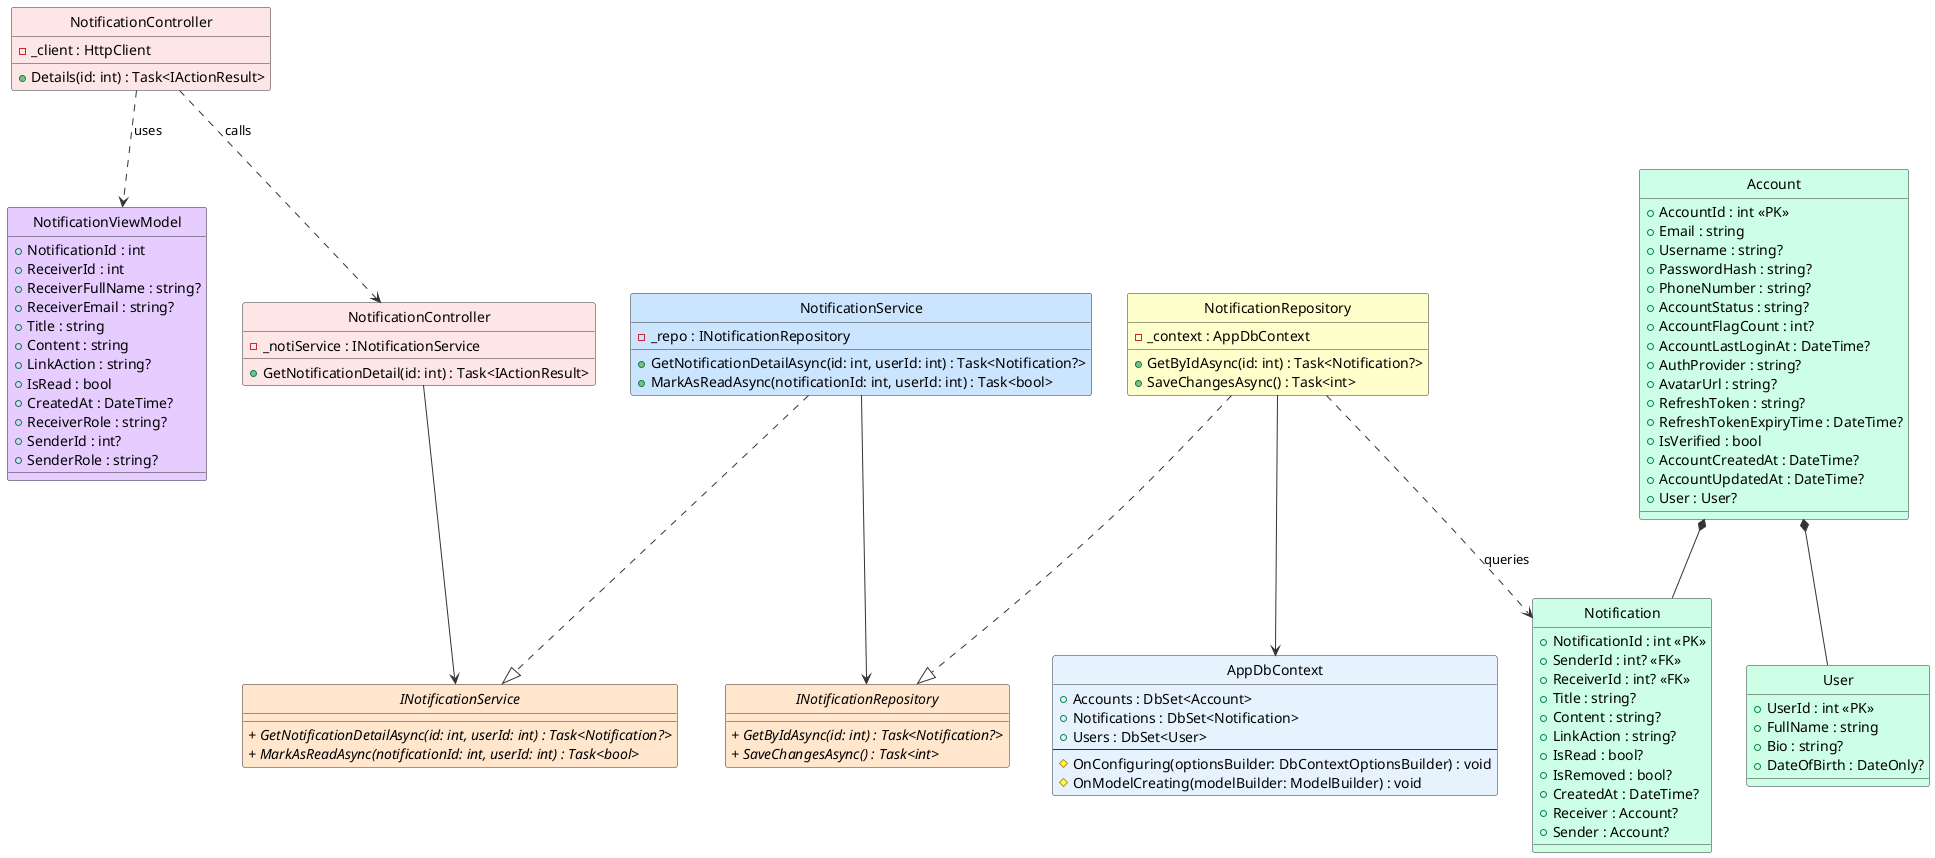
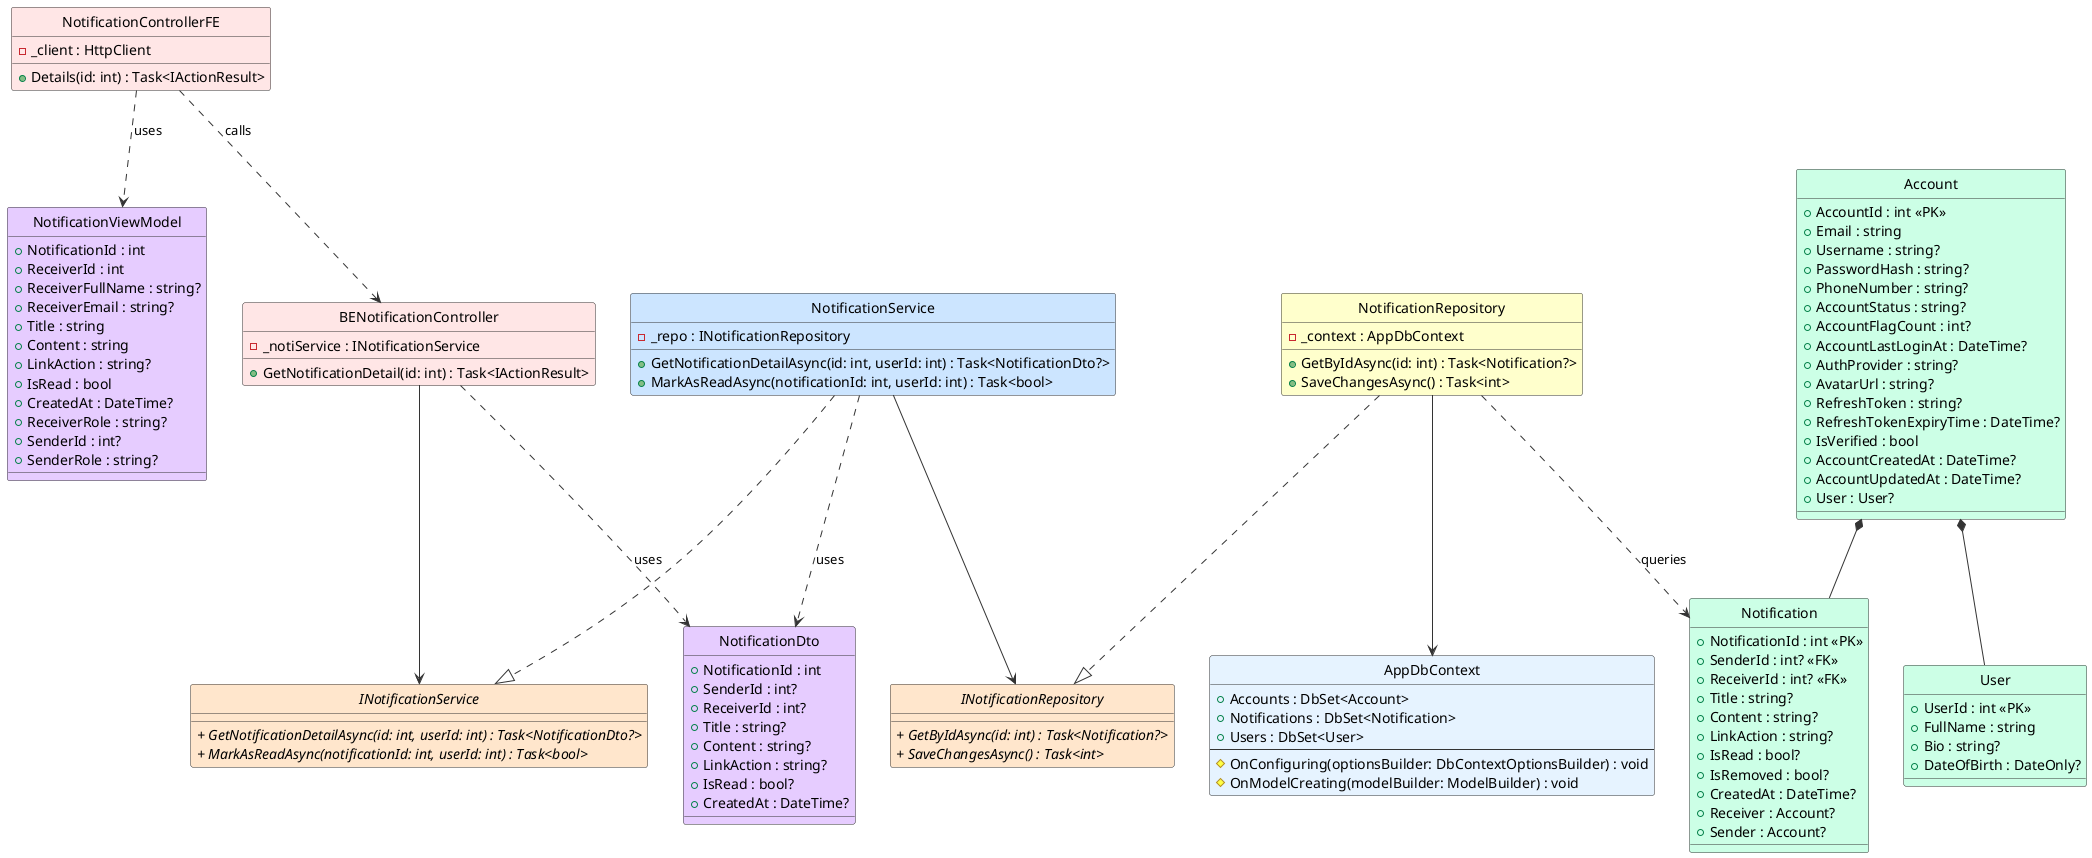
@startuml ViewNotificationDetail_ClassDiagram

' Styling & Settings
skinparam style strictuml
skinparam shadowing false
skinparam class {
    BackgroundColor White
    BorderColor #1A73E8
    ArrowColor #5F6368
}

!define ABSTRACT_COLOR #FFE6CC
!define SERVICE_COLOR #CCE5FF
!define DTO_COLOR #E6CCFF
!define ENTITY_COLOR #CCFFE6
!define REPOSITORY_COLOR #FFFFCC
!define CONTROLLER_COLOR #FFE6E6
- !define DbContext #E6F3FF

skinparam backgroundColor #FFFFFF
skinparam classBackgroundColor #F9F9F9
skinparam classBorderColor #333333
skinparam arrowColor #333333

' ==================== FRONTEND ====================

- class "NotificationController" as FENotificationController #FFE6E6 {
+ class NotificationControllerFE #FFE6E6 {
    - _client : HttpClient
    + Details(id: int) : Task<IActionResult>
}

class NotificationViewModel #E6CCFF {
    + NotificationId : int
    + ReceiverId : int
    + ReceiverFullName : string?
    + ReceiverEmail : string?
    + Title : string
    + Content : string
    + LinkAction : string?
    + IsRead : bool
    + CreatedAt : DateTime?
    + ReceiverRole : string?
    + SenderId : int?
    + SenderRole : string?
}

' ==================== BACKEND - CONTROLLER ====================

- class "NotificationController" as BENotificationController #FFE6E6 {
+ class BENotificationController #FFE6E6 {
    - _notiService : INotificationService
    + GetNotificationDetail(id: int) : Task<IActionResult>
+ }
+ 
+ ' ==================== BACKEND - DTOs ====================
+ 
+ class NotificationDto #E6CCFF {
+     + NotificationId : int
+     + SenderId : int?
+     + ReceiverId : int?
+     + Title : string?
+     + Content : string?
+     + LinkAction : string?
+     + IsRead : bool?
+     + CreatedAt : DateTime?
}

' ==================== BACKEND - DOMAIN ENTITIES ====================

class Notification #CCFFE6 {
    + NotificationId : int <<PK>>
    + SenderId : int? <<FK>>
    + ReceiverId : int? <<FK>>
    + Title : string?
    + Content : string?
    + LinkAction : string?
    + IsRead : bool?
    + IsRemoved : bool?
    + CreatedAt : DateTime?
    + Receiver : Account?
    + Sender : Account?
}

class Account #CCFFE6 {
    + AccountId : int <<PK>>
    + Email : string
    + Username : string?
    + PasswordHash : string?
    + PhoneNumber : string?
    + AccountStatus : string?
    + AccountFlagCount : int?
    + AccountLastLoginAt : DateTime?
    + AuthProvider : string?
    + AvatarUrl : string?
    + RefreshToken : string?
    + RefreshTokenExpiryTime : DateTime?
    + IsVerified : bool
    + AccountCreatedAt : DateTime?
    + AccountUpdatedAt : DateTime?
    + User : User?
}

class User #CCFFE6 {
    + UserId : int <<PK>>
    + FullName : string
    + Bio : string?
    + DateOfBirth : DateOnly?
}

' ==================== BACKEND - SERVICE INTERFACES ====================

interface INotificationService #FFE6CC {
-     //+ GetNotificationDetailAsync(id: int, userId: int) : Task<Notification?>//
+     //+ GetNotificationDetailAsync(id: int, userId: int) : Task<NotificationDto?>//
    //+ MarkAsReadAsync(notificationId: int, userId: int) : Task<bool>//
}

' ==================== BACKEND - REPOSITORY INTERFACES ====================

interface INotificationRepository #FFE6CC {
    //+ GetByIdAsync(id: int) : Task<Notification?>//
    //+ SaveChangesAsync() : Task<int>//
}

' ==================== BACKEND - SERVICE IMPLEMENTATION ====================

class NotificationService #CCE5FF {
    - _repo : INotificationRepository
-     + GetNotificationDetailAsync(id: int, userId: int) : Task<Notification?>
+     + GetNotificationDetailAsync(id: int, userId: int) : Task<NotificationDto?>
    + MarkAsReadAsync(notificationId: int, userId: int) : Task<bool>
}

' ==================== BACKEND - REPOSITORY IMPLEMENTATION ====================

class NotificationRepository #FFFFCC {
    - _context : AppDbContext
    + GetByIdAsync(id: int) : Task<Notification?>
    + SaveChangesAsync() : Task<int>
}

' ==================== BACKEND - DbContext ====================

class AppDbContext #E6F3FF {
    + Accounts : DbSet<Account>
    + Notifications : DbSet<Notification>
    + Users : DbSet<User>
    ---
    # OnConfiguring(optionsBuilder: DbContextOptionsBuilder) : void
    # OnModelCreating(modelBuilder: ModelBuilder) : void
}

' ==================== RELATIONSHIPS ====================

' === COMPOSITION (filled diamond) ===
Account *-- User
Account *-- Notification

' === UNIDIRECTIONAL ASSOCIATION (solid arrow) ===
+ NotificationControllerFE ..> BENotificationController : calls
BENotificationController --> INotificationService
NotificationService --> INotificationRepository
NotificationRepository --> AppDbContext
- ' Notification -- Account

' === INTERFACE REALIZATION ===
NotificationService ..|> INotificationService
NotificationRepository ..|> INotificationRepository

' === DEPENDENCY (dashed arrows) ===
- FENotificationController ..> BENotificationController : calls
- FENotificationController ..> NotificationViewModel : uses
+ NotificationControllerFE ..> NotificationViewModel : uses
+ BENotificationController ..> NotificationDto : uses
+ NotificationService ..> NotificationDto : uses
NotificationRepository ..> Notification : queries

@enduml
